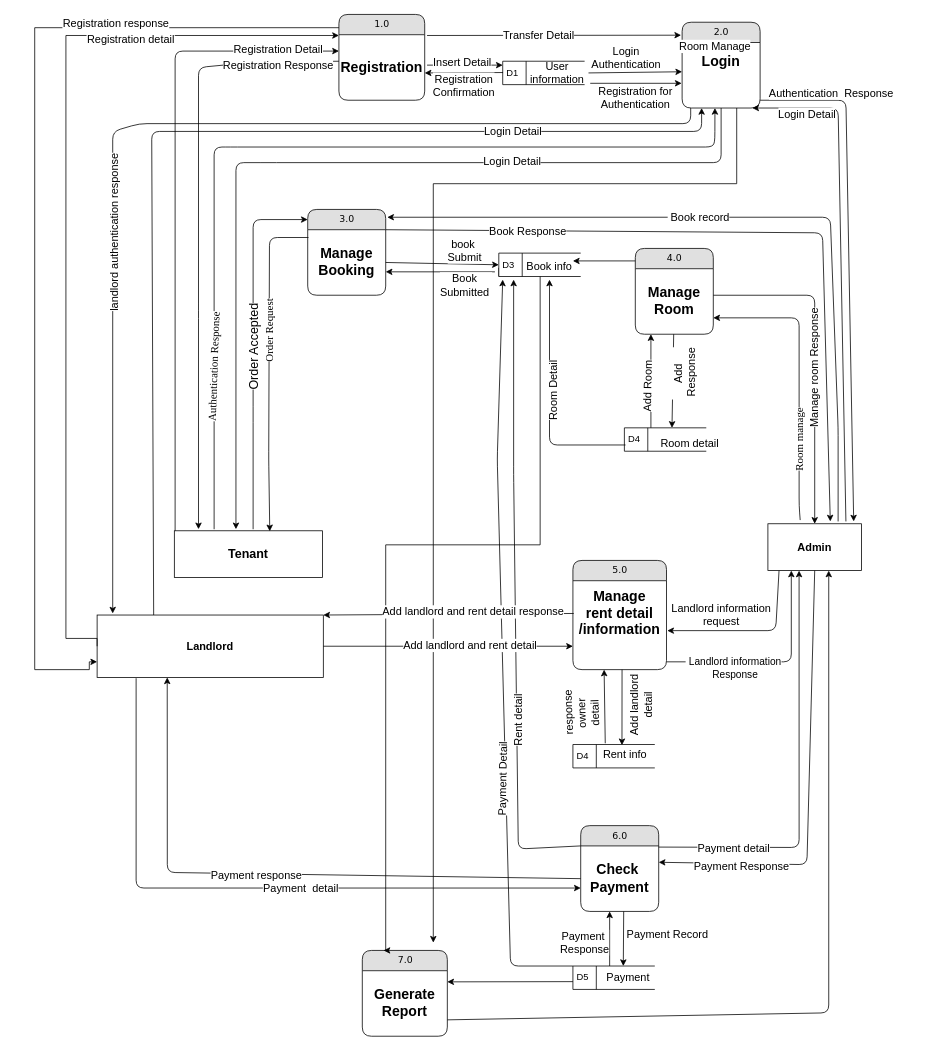
This is page "Level 1 DFD" (1 of 7) of GharBeti(Diagrams).drawio from Sbdpratik/gharbeti, a draw.io file, before an edit. Source tidied: cells renumbered, new cells numbered last; positions are measured from the earlier drawing's top-left corner, leaving out a move shared by most shapes. Both pictures are drawn from the tidied source at 78%, with x=0, y=0 at pixel (34, 14).
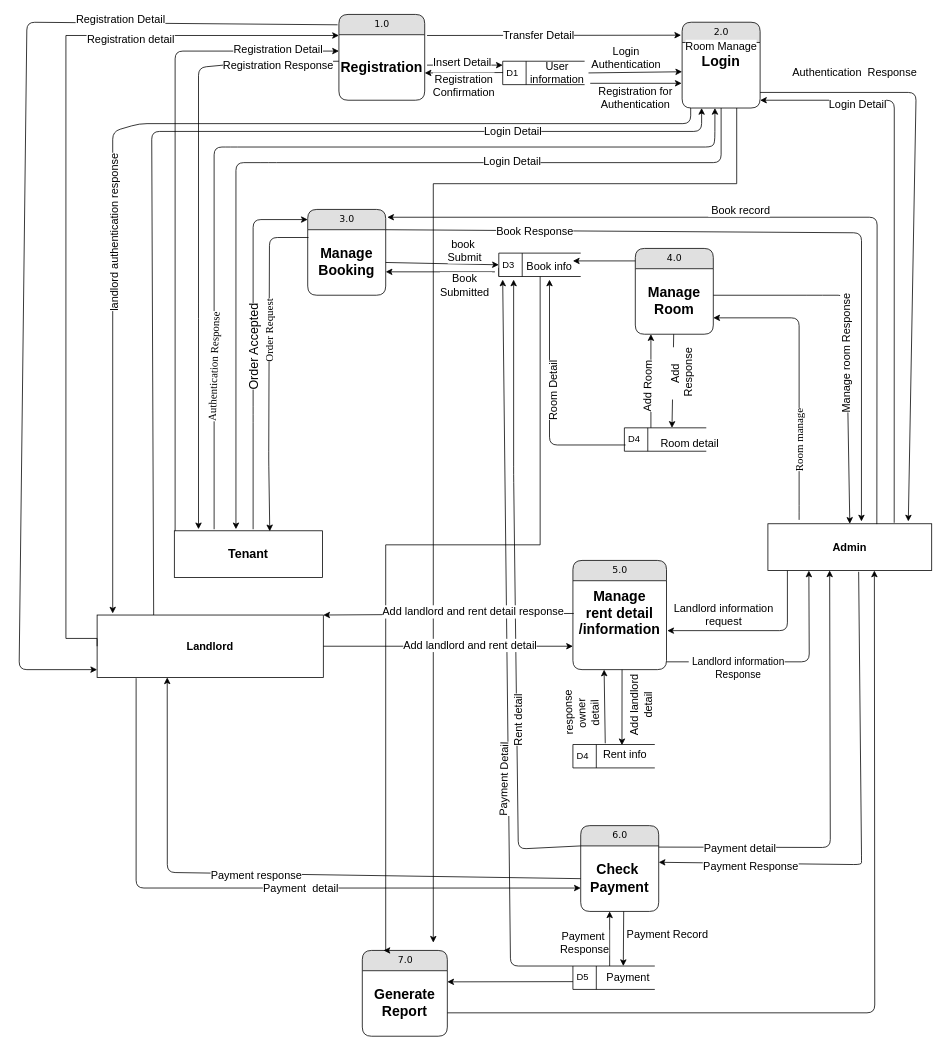
After the change.

The change refers to these unchanged cells:
```xml
<mxCell id="6" value="3.0" style="swimlane;html=1;fontStyle=0;horizontal=1;startSize=26;fillColor=#e0e0e0;swimlaneFillColor=#ffffff;align=center;rounded=1;shadow=0;comic=0;labelBackgroundColor=none;strokeWidth=1;fontFamily=Verdana;fontSize=12;" parent="1" vertex="1">
  <mxGeometry x="350" y="250" width="100" height="110" as="geometry" />
</mxCell>
<mxCell id="8" value="&lt;b&gt;Manage Booking&lt;br&gt;&lt;/b&gt;" style="text;html=1;strokeColor=none;fillColor=none;align=center;verticalAlign=middle;whiteSpace=wrap;rounded=0;fontSize=18;" parent="6" vertex="1">
  <mxGeometry y="26" width="100" height="84" as="geometry" />
</mxCell>
<mxCell id="10" value="&lt;b&gt;Manage&lt;br&gt;Room&lt;br&gt;&lt;/b&gt;" style="text;html=1;strokeColor=none;fillColor=none;align=center;verticalAlign=middle;whiteSpace=wrap;rounded=0;fontSize=18;" parent="9" vertex="1">
  <mxGeometry y="26" width="100" height="84" as="geometry" />
</mxCell>
<mxCell id="15" value="6.0" style="swimlane;html=1;fontStyle=0;horizontal=1;startSize=26;fillColor=#e0e0e0;swimlaneFillColor=#ffffff;align=center;rounded=1;shadow=0;comic=0;labelBackgroundColor=none;strokeWidth=1;fontFamily=Verdana;fontSize=12;" parent="1" vertex="1">
  <mxGeometry x="700" y="1040" width="100" height="110" as="geometry" />
</mxCell>
<mxCell id="16" value="&lt;b&gt;Check&amp;nbsp;&lt;br&gt;Payment&lt;br&gt;&lt;/b&gt;" style="text;html=1;strokeColor=none;fillColor=none;align=center;verticalAlign=middle;whiteSpace=wrap;rounded=0;fontSize=18;" parent="15" vertex="1">
  <mxGeometry y="26" width="100" height="84" as="geometry" />
</mxCell>
<mxCell id="18" value="&lt;b&gt;Generate&lt;br&gt;Report&lt;br&gt;&lt;/b&gt;" style="text;html=1;strokeColor=none;fillColor=none;align=center;verticalAlign=middle;whiteSpace=wrap;rounded=0;fontSize=18;" parent="17" vertex="1">
  <mxGeometry y="26" width="109" height="84" as="geometry" />
</mxCell>
<mxCell id="37" style="endArrow=classic;html=1;" parent="1" edge="1" source="10">
  <mxGeometry relative="1" as="geometry">
    <mxPoint x="817" y="530" as="targetPoint" />
  </mxGeometry>
</mxCell>
<mxCell id="51" value="D5" style="html=1;dashed=0;whitespace=wrap;shape=mxgraph.dfd.dataStoreID;align=left;spacingLeft=3;points=[[0,0],[0.5,0],[1,0],[0,0.5],[1,0.5],[0,1],[0.5,1],[1,1]];" parent="1" vertex="1">
  <mxGeometry x="690" y="1220" width="105" height="30" as="geometry" />
</mxCell>
<mxCell id="92" value="&lt;font style=&quot;font-size: 14px&quot;&gt;&lt;b&gt;Landlord&lt;/b&gt;&lt;/font&gt;" style="rounded=0;whiteSpace=wrap;html=1;fontSize=14;" parent="1" vertex="1">
  <mxGeometry x="80" y="770" width="290" height="80" as="geometry" />
</mxCell>
```

Diff of the diagram source:
```diff
@@
     <mxCell id="38" value="&lt;font style=&quot;font-size: 14px&quot;&gt;Add&lt;br&gt;&amp;nbsp;Response&lt;/font&gt;" style="edgeLabel;html=1;align=center;verticalAlign=middle;rotation=-90;" parent="37" vertex="1">
       <mxGeometry x="-0.42" y="2" relative="1" as="geometry">
-        <mxPoint x="12" y="16.6" as="offset" />
+        <mxPoint x="8" y="16.6" as="offset" />
       </mxGeometry>
     </mxCell>
@@
     <mxCell id="45" style="endArrow=classic;html=1;entryX=0.25;entryY=1;entryDx=0;entryDy=0;" parent="1" edge="1" target="56">
       <mxGeometry relative="1" as="geometry">
         <mxPoint x="810" y="830" as="sourcePoint" />
         <Array as="points">
-          <mxPoint x="970" y="830" />
+          <mxPoint x="993" y="830" />
         </Array>
       </mxGeometry>
     </mxCell>
@@
     <mxCell id="47" style="endArrow=classic;html=1;exitX=0.119;exitY=0.993;exitDx=0;exitDy=0;exitPerimeter=0;" parent="1" edge="1" source="56">
       <mxGeometry relative="1" as="geometry">
         <mxPoint x="811" y="790" as="targetPoint" />
         <Array as="points">
-          <mxPoint x="950" y="790" />
+          <mxPoint x="965" y="790" />
         </Array>
       </mxGeometry>
     </mxCell>
@@
-    <mxCell id="49" style="endArrow=classic;html=1;entryX=0.333;entryY=1;entryDx=0;entryDy=0;entryPerimeter=0;exitX=1;exitY=0.25;exitDx=0;exitDy=0;" parent="1" edge="1" source="15" target="56">
+    <mxCell id="49" style="endArrow=classic;html=1;entryX=0.377;entryY=0.998;entryDx=0;entryDy=0;entryPerimeter=0;exitX=1;exitY=0.25;exitDx=0;exitDy=0;" parent="1" edge="1" source="15" target="56">
       <mxGeometry relative="1" as="geometry">
         <Array as="points">
-          <mxPoint x="980" y="1068" />
+          <mxPoint x="1020" y="1068" />
         </Array>
       </mxGeometry>
     </mxCell>
@@
     <mxCell id="56" value="&lt;b&gt;&lt;font style=&quot;font-size: 14px&quot;&gt;Admin&lt;/font&gt;&lt;/b&gt;" style="rounded=0;whiteSpace=wrap;html=1;" parent="1" vertex="1">
-      <mxGeometry x="940" y="653" width="120" height="60" as="geometry" />
+      <mxGeometry x="940" y="653" width="210" height="60" as="geometry" />
     </mxCell>
@@
-    <mxCell id="58" style="endArrow=classic;html=1;" parent="1" edge="1">
+    <mxCell id="58" style="endArrow=classic;html=1;exitX=0.771;exitY=-0.021;exitDx=0;exitDy=0;exitPerimeter=0;" parent="1" edge="1" source="56">
       <mxGeometry relative="1" as="geometry">
-        <mxPoint x="1040" y="650" as="sourcePoint" />
-        <mxPoint x="920" y="120" as="targetPoint" />
+        <mxPoint x="930" y="110" as="targetPoint" />
         <Array as="points">
-          <mxPoint x="1030" y="120" />
+          <mxPoint x="1102" y="110" />
         </Array>
       </mxGeometry>
     </mxCell>
@@
     <mxCell id="63" style="endArrow=classic;html=1;" parent="1" edge="1">
       <mxGeometry relative="1" as="geometry">
-        <mxPoint x="930" y="110" as="sourcePoint" />
-        <mxPoint x="1050" y="650" as="targetPoint" />
+        <mxPoint x="930" y="100" as="sourcePoint" />
+        <mxPoint x="1120" y="650" as="targetPoint" />
         <Array as="points">
-          <mxPoint x="1040" y="110" />
+          <mxPoint x="1130" y="100" />
         </Array>
       </mxGeometry>
     </mxCell>
@@
-    <mxCell id="74" style="endArrow=classic;html=1;entryX=1.02;entryY=0.091;entryDx=0;entryDy=0;entryPerimeter=0;" parent="1" edge="1" target="6">
+    <mxCell id="74" style="endArrow=classic;html=1;entryX=1.02;entryY=0.091;entryDx=0;entryDy=0;entryPerimeter=0;exitX=0.665;exitY=0.007;exitDx=0;exitDy=0;exitPerimeter=0;" parent="1" edge="1" source="56" target="6">
       <mxGeometry relative="1" as="geometry">
-        <mxPoint x="1030" y="650" as="sourcePoint" />
         <Array as="points">
-          <mxPoint x="1030" y="530" />
-          <mxPoint x="1020" y="260" />
+          <mxPoint x="1080" y="260" />
         </Array>
       </mxGeometry>
     </mxCell>
@@
-    <mxCell id="76" style="endArrow=classic;html=1;exitX=1;exitY=0;exitDx=0;exitDy=0;" parent="1" edge="1" source="8">
+    <mxCell id="76" style="endArrow=classic;html=1;exitX=1;exitY=0;exitDx=0;exitDy=0;entryX=0.571;entryY=-0.05;entryDx=0;entryDy=0;entryPerimeter=0;" parent="1" edge="1" source="8" target="56">
       <mxGeometry relative="1" as="geometry">
-        <mxPoint x="1020" y="650" as="targetPoint" />
         <Array as="points">
-          <mxPoint x="1010" y="280" />
+          <mxPoint x="1060" y="280" />
         </Array>
       </mxGeometry>
     </mxCell>
@@
     <mxCell id="78" style="endArrow=classic;html=1;exitX=0;exitY=0;exitDx=0;exitDy=0;" parent="1" edge="1" source="51">
       <mxGeometry relative="1" as="geometry">
         <mxPoint x="600" y="340" as="targetPoint" />
         <Array as="points">
           <mxPoint x="610" y="1220" />
-          <mxPoint x="593" y="570" />
         </Array>
       </mxGeometry>
     </mxCell>
@@
-    <mxCell id="80" style="endArrow=classic;html=1;entryX=1;entryY=0.75;entryDx=0;entryDy=0;exitX=0.345;exitY=-0.079;exitDx=0;exitDy=0;exitPerimeter=0;" parent="1" edge="1" source="56" target="10">
+    <mxCell id="80" style="endArrow=classic;html=1;entryX=1;entryY=0.75;entryDx=0;entryDy=0;" parent="1" edge="1" target="10">
       <mxGeometry relative="1" as="geometry">
+        <mxPoint x="980" y="648" as="sourcePoint" />
         <Array as="points">
           <mxPoint x="980" y="630" />
           <mxPoint x="980" y="389" />
         </Array>
       </mxGeometry>
     </mxCell>
@@
     <mxCell id="82" style="endArrow=classic;html=1;exitX=1;exitY=0.405;exitDx=0;exitDy=0;exitPerimeter=0;entryX=0.5;entryY=0;entryDx=0;entryDy=0;" parent="1" edge="1" source="10" target="56">
       <mxGeometry relative="1" as="geometry">
         <Array as="points">
           <mxPoint x="1000" y="360" />
+          <mxPoint x="1040" y="360" />
         </Array>
       </mxGeometry>
     </mxCell>
@@
-    <mxCell id="89" style="endArrow=classic;html=1;entryX=0.65;entryY=1;entryDx=0;entryDy=0;exitX=1;exitY=0.75;exitDx=0;exitDy=0;entryPerimeter=0;" parent="1" edge="1" source="18" target="56">
+    <mxCell id="89" style="endArrow=classic;html=1;entryX=0.65;entryY=1;entryDx=0;entryDy=0;entryPerimeter=0;" parent="1" edge="1" target="56">
       <mxGeometry relative="1" as="geometry">
+        <mxPoint x="529" y="1280" as="sourcePoint" />
         <Array as="points">
-          <mxPoint x="1018" y="1280" />
+          <mxPoint x="1077" y="1280" />
         </Array>
       </mxGeometry>
     </mxCell>
-    <mxCell id="90" style="endArrow=classic;html=1;entryX=1;entryY=0.25;entryDx=0;entryDy=0;exitX=0.5;exitY=1;exitDx=0;exitDy=0;" parent="1" edge="1" source="56" target="16">
+    <mxCell id="90" style="endArrow=classic;html=1;entryX=1;entryY=0.25;entryDx=0;entryDy=0;exitX=0.554;exitY=1.026;exitDx=0;exitDy=0;exitPerimeter=0;" parent="1" edge="1" source="56" target="16">
       <mxGeometry relative="1" as="geometry">
         <Array as="points">
-          <mxPoint x="990" y="1090" />
+          <mxPoint x="1060" y="1080" />
+          <mxPoint x="1060" y="1090" />
         </Array>
       </mxGeometry>
     </mxCell>
@@
-    <mxCell id="93" style="endArrow=classic;html=1;fontSize=14;edgeStyle=orthogonalEdgeStyle;rounded=0;entryX=0;entryY=0.75;entryDx=0;entryDy=0;" parent="1" edge="1" target="92">
-      <mxGeometry relative="1" as="geometry">
-        <mxPoint x="390" y="17" as="sourcePoint" />
-        <Array as="points">
-          <mxPoint y="17" />
-          <mxPoint y="840" />
-          <mxPoint x="70" y="840" />
-          <mxPoint x="70" y="830" />
-        </Array>
-      </mxGeometry>
-    </mxCell>
-    <mxCell id="94" value="Registration response" style="edgeLabel;html=1;align=center;verticalAlign=middle;fontSize=14;" parent="93" vertex="1">
-      <mxGeometry x="-0.56" y="-2" relative="1" as="geometry">
-        <mxPoint y="-5" as="offset" />
-      </mxGeometry>
-    </mxCell>
@@
+    <mxCell id="116" style="endArrow=classic;html=1;exitX=-0.015;exitY=0.139;exitDx=0;exitDy=0;exitPerimeter=0;" parent="1" edge="1">
+      <mxGeometry relative="1" as="geometry">
+        <mxPoint x="388.3" y="13.3" as="sourcePoint" />
+        <mxPoint x="80" y="840" as="targetPoint" />
+        <Array as="points">
+          <mxPoint x="-10" y="10" />
+          <mxPoint x="-20" y="840" />
+        </Array>
+      </mxGeometry>
+    </mxCell>
+    <mxCell id="117" value="&lt;font style=&quot;font-size: 14px&quot;&gt;Registration Detail&lt;/font&gt;" style="edgeLabel;html=1;align=center;verticalAlign=middle;" parent="116" vertex="1">
+      <mxGeometry x="-0.58" y="-4" relative="1" as="geometry" />
+    </mxCell>
```
